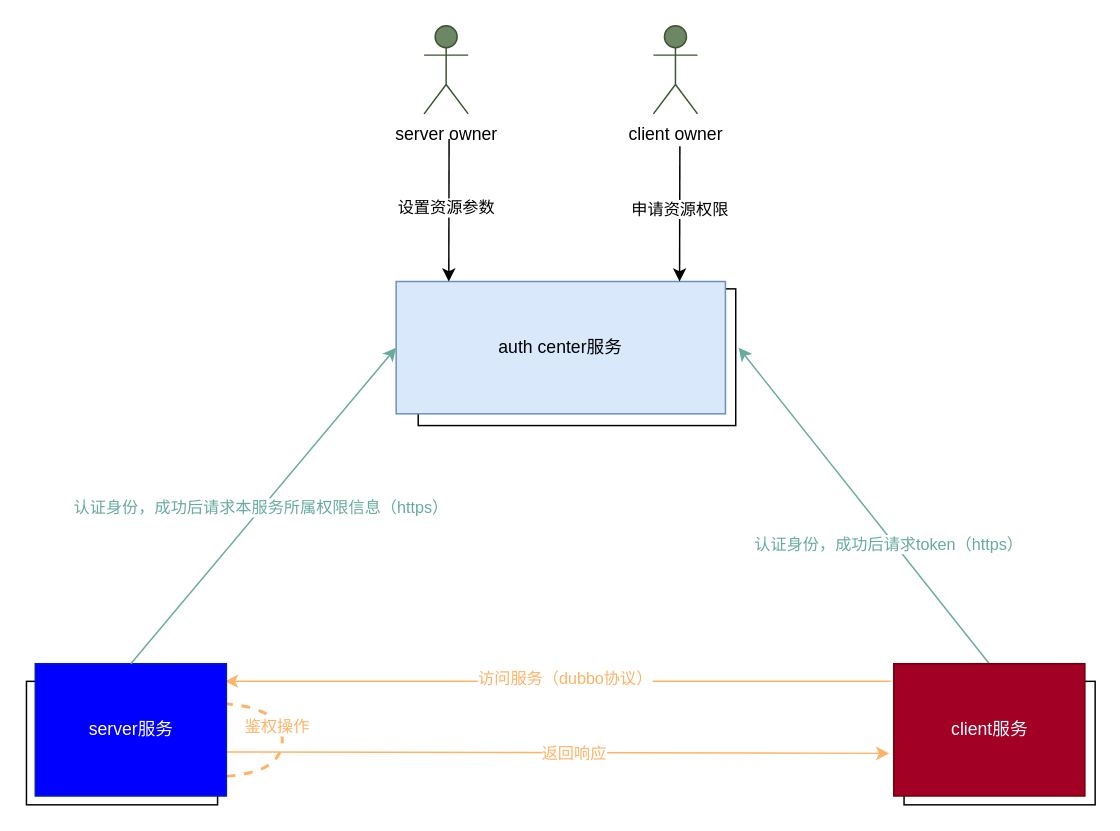
This is 鉴权中心一期.drawio from gitcodeporter/draw-uml, a draw.io file, before an edit. Source tidied: cells renumbered, new cells numbered last; positions are measured from the earlier drawing's top-left corner, leaving out a move shared by most shapes. Both pictures are drawn from the tidied source at 147%, with x=0, y=0 at pixel (25, 25).
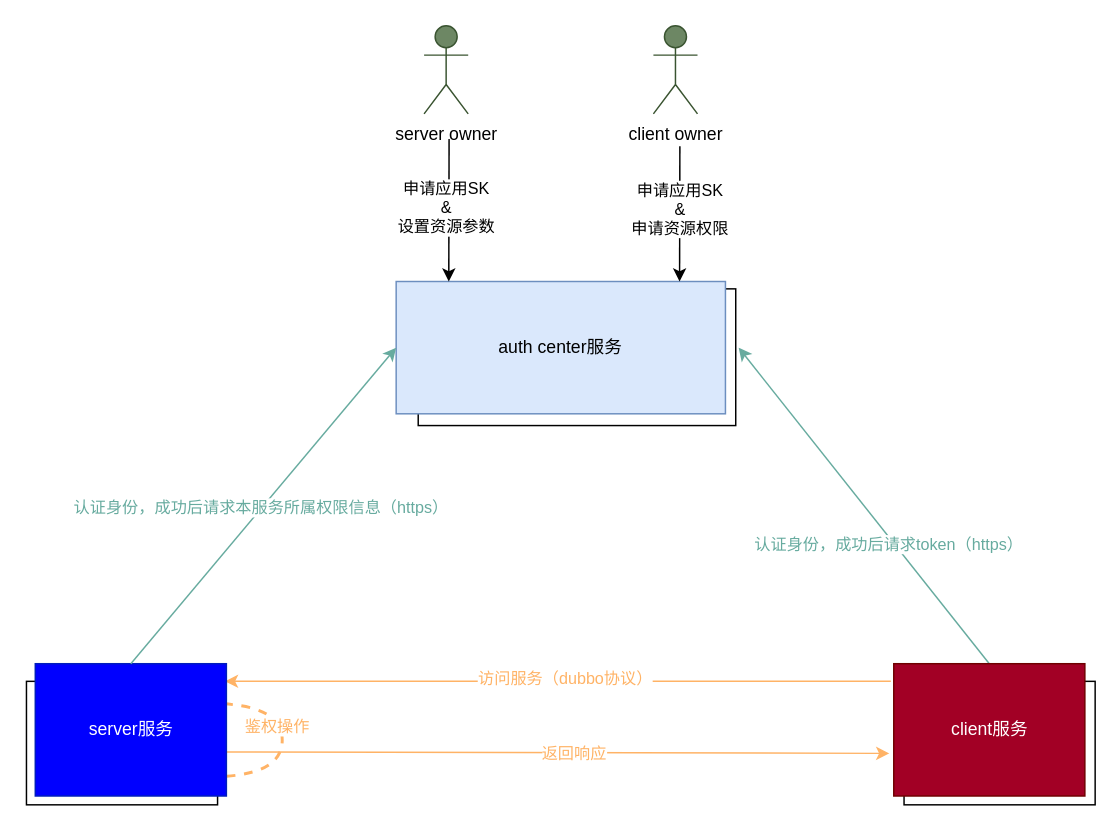
The same page after the edit.

Commit message:
更新鉴权中心一期.drawio

The change refers to these unchanged cells:
```xml
<mxCell id="16" style="edgeStyle=none;rounded=0;orthogonalLoop=1;jettySize=auto;html=1;entryX=0.25;entryY=0;entryDx=0;entryDy=0;startArrow=none;startFill=0;strokeWidth=1;strokeColor=#000000;" parent="1" edge="1">
  <mxGeometry relative="1" as="geometry">
    <mxPoint x="288" y="77" as="sourcePoint" />
    <mxPoint x="287.8" y="174" as="targetPoint" />
  </mxGeometry>
</mxCell>
<mxCell id="19" style="edgeStyle=none;rounded=0;orthogonalLoop=1;jettySize=auto;html=1;entryX=0.25;entryY=0;entryDx=0;entryDy=0;startArrow=none;startFill=0;strokeWidth=1;strokeColor=#000000;" parent="1" edge="1">
  <mxGeometry relative="1" as="geometry">
    <mxPoint x="445" y="82" as="sourcePoint" />
    <mxPoint x="444.8" y="174" as="targetPoint" />
  </mxGeometry>
</mxCell>
```

The edit, as a diff of the source:
```diff
@@
-    <mxCell id="17" value="设置资源参数" style="edgeLabel;html=1;align=center;verticalAlign=middle;fontColor=#000000;" parent="16" vertex="1">
+    <mxCell id="17" value="申请应用SK&lt;br&gt;&amp;amp;&lt;br&gt;设置资源参数" style="edgeLabel;html=1;align=center;verticalAlign=middle;fontColor=#000000;" parent="16" vertex="1">
       <mxGeometry x="-0.03" y="-2" relative="1" as="geometry" />
     </mxCell>
@@
-    <mxCell id="20" value="&lt;font color=&quot;#000000&quot;&gt;申请资源权限&lt;/font&gt;" style="edgeLabel;html=1;align=center;verticalAlign=middle;fontColor=#A20025;" parent="19" vertex="1">
+    <mxCell id="20" value="&lt;font color=&quot;#000000&quot;&gt;申请应用SK&lt;br&gt;&amp;amp;&lt;br&gt;申请资源权限&lt;/font&gt;" style="edgeLabel;html=1;align=center;verticalAlign=middle;fontColor=#A20025;" parent="19" vertex="1">
       <mxGeometry x="-0.06" relative="1" as="geometry" />
     </mxCell>
```
